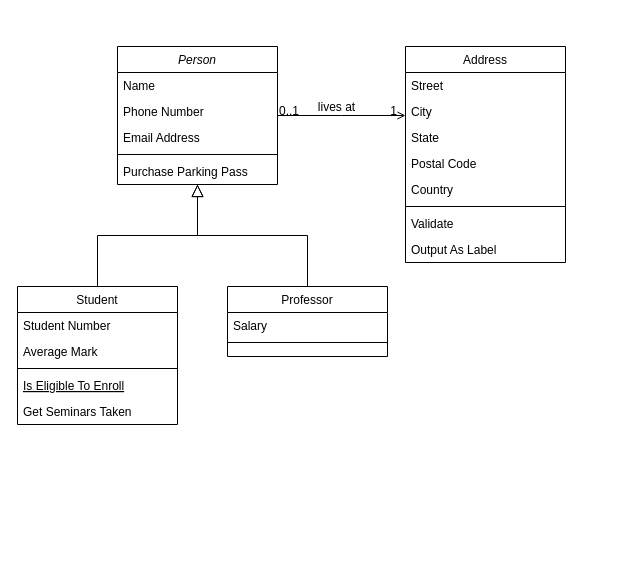
This is Bio_ClassDiagram.drawio from sbmasterjoe/Bio_lab2, a draw.io file, before an edit. Source tidied: cells renumbered, new cells numbered last; positions are measured from the earlier drawing's top-left corner, leaving out a move shared by most shapes. Both pictures are drawn from the tidied source at 100%, with x=0, y=0 at pixel (17, 46).
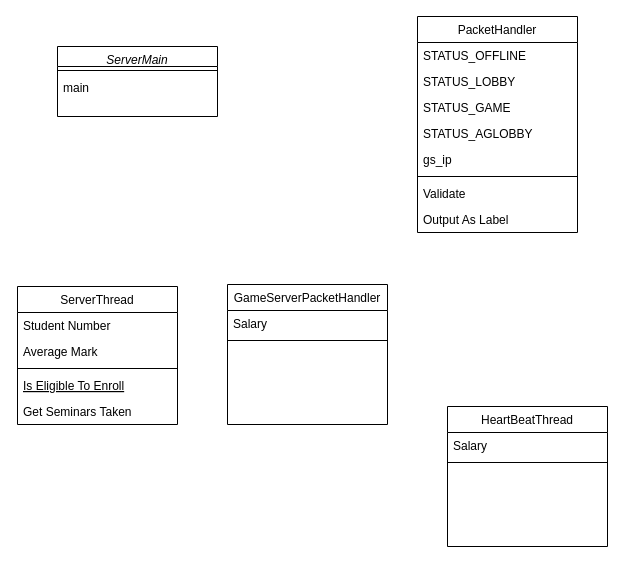
The same diagram, later.

Change to the diagram source:
```diff
@@
-    <mxCell id="2" value="Person" style="swimlane;fontStyle=2;align=center;verticalAlign=top;horizontal=1;startSize=26;rounded=0;shadow=0;strokeWidth=1;" parent="1" vertex="1">
-      <mxGeometry x="100" width="160" height="138" as="geometry" />
+    <mxCell id="2" value="ServerMain" style="swimlane;fontStyle=2;align=center;verticalAlign=top;horizontal=1;startSize=20;rounded=0;shadow=0;strokeWidth=1;" parent="1" vertex="1">
+      <mxGeometry x="40" width="160" height="70" as="geometry" />
     </mxCell>
-    <mxCell id="3" value="Name" style="text;align=left;verticalAlign=top;spacingLeft=4;spacingRight=4;overflow=hidden;" parent="2" vertex="1">
-      <mxGeometry y="26" width="160" height="26" as="geometry" />
-    </mxCell>
-    <mxCell id="4" value="Phone Number" style="text;align=left;verticalAlign=top;spacingLeft=4;spacingRight=4;overflow=hidden;rounded=0;shadow=0;html=0;" parent="2" vertex="1">
-      <mxGeometry y="52" width="160" height="26" as="geometry" />
-    </mxCell>
-    <mxCell id="5" value="Email Address" style="text;align=left;verticalAlign=top;spacingLeft=4;spacingRight=4;overflow=hidden;rounded=0;shadow=0;html=0;" parent="2" vertex="1">
-      <mxGeometry y="78" width="160" height="26" as="geometry" />
-    </mxCell>
     <mxCell id="6" style="line;html=1;strokeWidth=1;align=left;verticalAlign=middle;spacingTop=-1;spacingLeft=3;spacingRight=3;labelPosition=right;" parent="2" vertex="1">
-      <mxGeometry y="104" width="160" height="8" as="geometry" />
+      <mxGeometry y="20" width="160" height="8" as="geometry" />
     </mxCell>
-    <mxCell id="7" value="Purchase Parking Pass" style="text;align=left;verticalAlign=top;spacingLeft=4;spacingRight=4;overflow=hidden;" parent="2" vertex="1">
-      <mxGeometry y="112" width="160" height="26" as="geometry" />
+    <mxCell id="7" value="main" style="text;align=left;verticalAlign=top;spacingLeft=4;spacingRight=4;overflow=hidden;" parent="2" vertex="1">
+      <mxGeometry y="28" width="160" height="26" as="geometry" />
     </mxCell>
-    <mxCell id="8" value="Student" style="swimlane;fontStyle=0;align=center;verticalAlign=top;horizontal=1;startSize=26;rounded=0;shadow=0;strokeWidth=1;" parent="1" vertex="1">
+    <mxCell id="8" value="ServerThread" style="swimlane;fontStyle=0;align=center;verticalAlign=top;horizontal=1;startSize=26;rounded=0;shadow=0;strokeWidth=1;" parent="1" vertex="1">
       <mxGeometry y="240" width="160" height="138" as="geometry" />
     </mxCell>
@@
-    <mxCell id="14" style="endArrow=block;endSize=10;endFill=0;shadow=0;strokeWidth=1;rounded=0;edgeStyle=elbowEdgeStyle;elbow=vertical;" parent="1" edge="1" source="8" target="2">
-      <mxGeometry relative="1" as="geometry" />
-    </mxCell>
-    <mxCell id="15" value="Professor" style="swimlane;fontStyle=0;align=center;verticalAlign=top;horizontal=1;startSize=26;rounded=0;shadow=0;strokeWidth=1;" parent="1" vertex="1">
-      <mxGeometry x="210" y="240" width="160" height="70" as="geometry" />
+    <mxCell id="15" value="GameServerPacketHandler" style="swimlane;fontStyle=0;align=center;verticalAlign=top;horizontal=1;startSize=26;rounded=0;shadow=0;strokeWidth=1;" parent="1" vertex="1">
+      <mxGeometry x="210" y="238" width="160" height="140" as="geometry" />
     </mxCell>
@@
-    <mxCell id="18" style="endArrow=block;endSize=10;endFill=0;shadow=0;strokeWidth=1;rounded=0;edgeStyle=elbowEdgeStyle;elbow=vertical;" parent="1" edge="1" source="15" target="2">
-      <mxGeometry relative="1" as="geometry" />
-    </mxCell>
-    <mxCell id="19" value="Address" style="swimlane;fontStyle=0;align=center;verticalAlign=top;horizontal=1;startSize=26;rounded=0;shadow=0;strokeWidth=1;" parent="1" vertex="1">
-      <mxGeometry x="388" width="160" height="216" as="geometry" />
+    <mxCell id="19" value="PacketHandler" style="swimlane;fontStyle=0;align=center;verticalAlign=top;horizontal=1;startSize=26;rounded=0;shadow=0;strokeWidth=1;" parent="1" vertex="1">
+      <mxGeometry x="400" y="-30" width="160" height="216" as="geometry" />
     </mxCell>
-    <mxCell id="20" value="Street" style="text;align=left;verticalAlign=top;spacingLeft=4;spacingRight=4;overflow=hidden;" parent="19" vertex="1">
+    <mxCell id="20" value="STATUS_OFFLINE" style="text;align=left;verticalAlign=top;spacingLeft=4;spacingRight=4;overflow=hidden;" parent="19" vertex="1">
       <mxGeometry y="26" width="160" height="26" as="geometry" />
     </mxCell>
-    <mxCell id="21" value="City" style="text;align=left;verticalAlign=top;spacingLeft=4;spacingRight=4;overflow=hidden;rounded=0;shadow=0;html=0;" parent="19" vertex="1">
+    <mxCell id="21" value="STATUS_LOBBY  " style="text;align=left;verticalAlign=top;spacingLeft=4;spacingRight=4;overflow=hidden;rounded=0;shadow=0;html=0;" parent="19" vertex="1">
       <mxGeometry y="52" width="160" height="26" as="geometry" />
     </mxCell>
-    <mxCell id="22" value="State" style="text;align=left;verticalAlign=top;spacingLeft=4;spacingRight=4;overflow=hidden;rounded=0;shadow=0;html=0;" parent="19" vertex="1">
+    <mxCell id="22" value="STATUS_GAME  " style="text;align=left;verticalAlign=top;spacingLeft=4;spacingRight=4;overflow=hidden;rounded=0;shadow=0;html=0;" parent="19" vertex="1">
       <mxGeometry y="78" width="160" height="26" as="geometry" />
     </mxCell>
-    <mxCell id="23" value="Postal Code" style="text;align=left;verticalAlign=top;spacingLeft=4;spacingRight=4;overflow=hidden;rounded=0;shadow=0;html=0;" parent="19" vertex="1">
+    <mxCell id="23" value="STATUS_AGLOBBY " style="text;align=left;verticalAlign=top;spacingLeft=4;spacingRight=4;overflow=hidden;rounded=0;shadow=0;html=0;" parent="19" vertex="1">
       <mxGeometry y="104" width="160" height="26" as="geometry" />
     </mxCell>
-    <mxCell id="24" value="Country" style="text;align=left;verticalAlign=top;spacingLeft=4;spacingRight=4;overflow=hidden;rounded=0;shadow=0;html=0;" parent="19" vertex="1">
+    <mxCell id="24" value="gs_ip" style="text;align=left;verticalAlign=top;spacingLeft=4;spacingRight=4;overflow=hidden;rounded=0;shadow=0;html=0;" parent="19" vertex="1">
       <mxGeometry y="130" width="160" height="26" as="geometry" />
     </mxCell>
@@
-    <mxCell id="28" style="endArrow=open;shadow=0;strokeWidth=1;rounded=0;endFill=1;edgeStyle=elbowEdgeStyle;elbow=vertical;" parent="1" edge="1" source="2" target="19">
-      <mxGeometry x="0.5" y="41" relative="1" as="geometry">
-        <mxPoint x="-40" y="32" as="offset" />
-      </mxGeometry>
-    </mxCell>
-    <mxCell id="29" value="0..1" style="align=left;verticalAlign=bottom;labelBackgroundColor=none;fontSize=12;" parent="28" vertex="1">
-      <mxGeometry x="-1" relative="1" as="geometry">
-        <mxPoint y="4" as="offset" />
-      </mxGeometry>
-    </mxCell>
-    <mxCell id="30" value="1" style="align=right;verticalAlign=bottom;labelBackgroundColor=none;fontSize=12;" parent="28" vertex="1">
-      <mxGeometry x="1" relative="1" as="geometry">
-        <mxPoint x="-7" y="4" as="offset" />
-      </mxGeometry>
-    </mxCell>
-    <mxCell id="31" value="lives at" style="text;html=1;align=center;verticalAlign=middle;labelBackgroundColor=none;rounded=0;shadow=0;strokeWidth=1;fontSize=12;" parent="28" vertex="1">
-      <mxGeometry x="0.5" y="49" relative="1" as="geometry">
-        <mxPoint x="-38" y="40" as="offset" />
-      </mxGeometry>
-    </mxCell>
+    <mxCell id="32" value="HeartBeatThread" style="swimlane;fontStyle=0;align=center;verticalAlign=top;horizontal=1;startSize=26;rounded=0;shadow=0;strokeWidth=1;" parent="1" vertex="1">
+      <mxGeometry x="430" y="360" width="160" height="140" as="geometry" />
+    </mxCell>
+    <mxCell id="33" value="Salary" style="text;align=left;verticalAlign=top;spacingLeft=4;spacingRight=4;overflow=hidden;" parent="32" vertex="1">
+      <mxGeometry y="26" width="160" height="26" as="geometry" />
+    </mxCell>
+    <mxCell id="34" style="line;html=1;strokeWidth=1;align=left;verticalAlign=middle;spacingTop=-1;spacingLeft=3;spacingRight=3;labelPosition=right;" parent="32" vertex="1">
+      <mxGeometry y="52" width="160" height="8" as="geometry" />
+    </mxCell>
```
